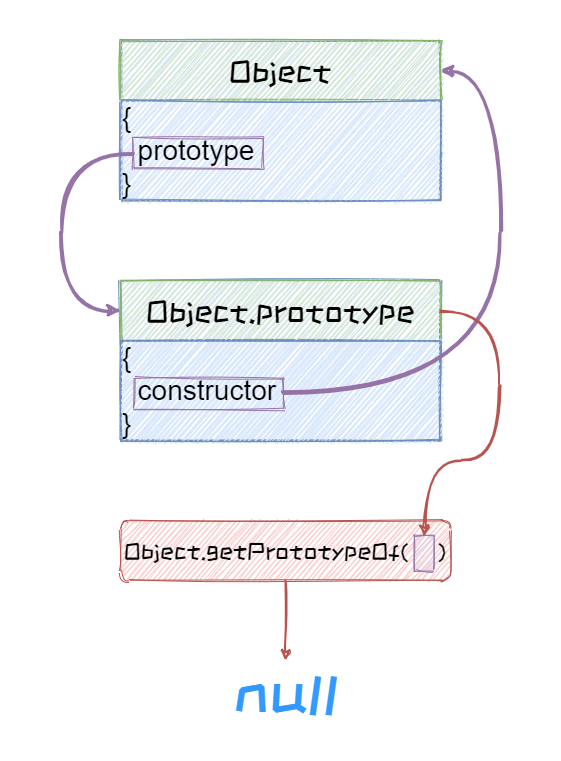
This is 04_JavaScript高级语法/06_原型链/image/原型的关系.png from ywanzhou/Learn-front-end-from-scratc, a draw.io export, as it was before one commit. Source tidied: cells renumbered, new cells last; positions are measured from the earlier drawing's top-left corner, leaving out a move shared by most shapes.
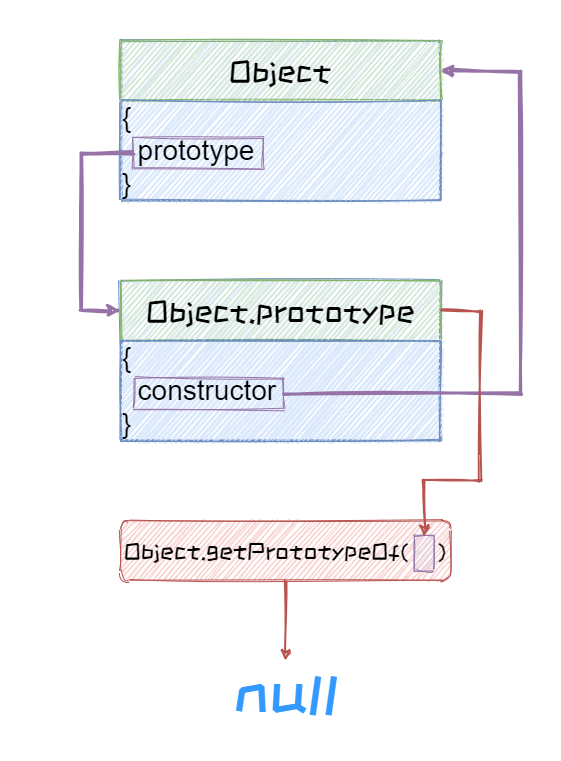
The same diagram one commit later.

Commit message:
原型链的关系

Diff of the diagram source:
```diff
@@ -2,6 +2,9 @@
   <root>
     <mxCell id="0" />
     <mxCell id="1" parent="0" />
+    <mxCell id="18" style="rounded=0;whiteSpace=wrap;html=1;fillColor=none;strokeColor=none;" parent="1" vertex="1">
+      <mxGeometry width="560" height="760" as="geometry" />
+    </mxCell>
     <mxCell id="2" style="rounded=0;whiteSpace=wrap;html=1;fillColor=#dae8fc;strokeColor=#6c8ebf;sketch=1;" parent="1" vertex="1">
       <mxGeometry x="120" y="40" width="320" height="160" as="geometry" />
     </mxCell>
@@ -23,29 +26,29 @@
     <mxCell id="8" value="&lt;font style=&quot;font-size: 28px&quot;&gt;{&lt;br&gt;&amp;nbsp; constructor&lt;br&gt;}&lt;/font&gt;" style="rounded=0;whiteSpace=wrap;html=1;fillColor=#dae8fc;strokeColor=#6c8ebf;align=left;sketch=1;" parent="1" vertex="1">
       <mxGeometry x="120" y="340" width="320" height="100" as="geometry" />
     </mxCell>
-    <mxCell id="9" style="edgeStyle=orthogonalEdgeStyle;curved=1;rounded=0;jettySize=auto;html=1;exitX=0;exitY=0.5;exitDx=0;exitDy=0;entryX=0;entryY=0.5;entryDx=0;entryDy=0;strokeWidth=3;fillColor=#e1d5e7;strokeColor=#9673a6;sketch=1;" parent="1" edge="1" source="10" target="5">
+    <mxCell id="9" style="edgeStyle=orthogonalEdgeStyle;rounded=0;jettySize=auto;html=1;exitX=0;exitY=0.5;exitDx=0;exitDy=0;entryX=0;entryY=0.5;entryDx=0;entryDy=0;strokeWidth=3;fillColor=#e1d5e7;strokeColor=#9673a6;sketch=1;" parent="1" edge="1" source="10" target="5">
       <mxGeometry relative="1" as="geometry">
         <Array as="points">
-          <mxPoint x="60" y="153" />
-          <mxPoint x="60" y="310" />
+          <mxPoint x="80" y="153" />
+          <mxPoint x="80" y="310" />
         </Array>
       </mxGeometry>
     </mxCell>
     <mxCell id="10" style="rounded=0;whiteSpace=wrap;html=1;strokeColor=#9673a6;fillColor=none;sketch=1;" parent="1" vertex="1">
       <mxGeometry x="133" y="137.5" width="130" height="31" as="geometry" />
     </mxCell>
-    <mxCell id="11" style="edgeStyle=orthogonalEdgeStyle;curved=1;rounded=0;jettySize=auto;html=1;exitX=1;exitY=0.5;exitDx=0;exitDy=0;entryX=1;entryY=0.5;entryDx=0;entryDy=0;strokeWidth=3;fillColor=#e1d5e7;strokeColor=#9673a6;sketch=1;" parent="1" edge="1" source="12" target="3">
+    <mxCell id="11" style="edgeStyle=orthogonalEdgeStyle;rounded=0;jettySize=auto;html=1;exitX=1;exitY=0.5;exitDx=0;exitDy=0;entryX=1;entryY=0.5;entryDx=0;entryDy=0;strokeWidth=3;fillColor=#e1d5e7;strokeColor=#9673a6;sketch=1;" parent="1" edge="1" source="12" target="3">
       <mxGeometry relative="1" as="geometry">
         <Array as="points">
-          <mxPoint x="500" y="393" />
-          <mxPoint x="500" y="70" />
+          <mxPoint x="520" y="393" />
+          <mxPoint x="520" y="70" />
         </Array>
       </mxGeometry>
     </mxCell>
     <mxCell id="12" style="rounded=0;whiteSpace=wrap;html=1;strokeColor=#9673a6;fillColor=none;sketch=1;" parent="1" vertex="1">
       <mxGeometry x="133" y="377.5" width="150" height="31" as="geometry" />
     </mxCell>
-    <mxCell id="13" style="edgeStyle=orthogonalEdgeStyle;curved=1;rounded=0;jettySize=auto;html=1;exitX=0.5;exitY=1;exitDx=0;exitDy=0;entryX=0.5;entryY=0;entryDx=0;entryDy=0;strokeWidth=2;fillColor=#f8cecc;strokeColor=#b85450;sketch=1;" parent="1" edge="1" source="14" target="17">
+    <mxCell id="13" style="edgeStyle=orthogonalEdgeStyle;rounded=0;jettySize=auto;html=1;exitX=0.5;exitY=1;exitDx=0;exitDy=0;entryX=0.5;entryY=0;entryDx=0;entryDy=0;strokeWidth=2;fillColor=#f8cecc;strokeColor=#b85450;sketch=1;" parent="1" edge="1" source="14" target="17">
       <mxGeometry relative="1" as="geometry" />
     </mxCell>
     <mxCell id="14" value="&lt;font face=&quot;ZCOOL KuaiLe&quot; style=&quot;font-size: 24px&quot;&gt;Object.getPrototypeOf(&lt;/font&gt;&lt;font face=&quot;ZCOOL KuaiLe&quot; size=&quot;1&quot;&gt;&amp;nbsp; &amp;nbsp; &amp;nbsp; &amp;nbsp; &amp;nbsp; &amp;nbsp;&amp;nbsp;&lt;/font&gt;&lt;font face=&quot;ZCOOL KuaiLe&quot; style=&quot;font-size: 24px&quot;&gt;)&lt;/font&gt;" style="rounded=1;whiteSpace=wrap;html=1;fillColor=#f8cecc;strokeColor=#b85450;sketch=1;" parent="1" vertex="1">
@@ -54,20 +57,17 @@
     <mxCell id="15" style="rounded=0;whiteSpace=wrap;html=1;fillColor=#e1d5e7;strokeColor=#9673a6;sketch=1;" parent="1" vertex="1">
       <mxGeometry x="414" y="535.5" width="20" height="35" as="geometry" />
     </mxCell>
-    <mxCell id="16" style="edgeStyle=orthogonalEdgeStyle;curved=1;rounded=0;jettySize=auto;html=1;exitX=1;exitY=0.5;exitDx=0;exitDy=0;entryX=0.5;entryY=0;entryDx=0;entryDy=0;strokeWidth=2;fillColor=#f8cecc;strokeColor=#b85450;sketch=1;" parent="1" edge="1" source="5" target="15">
+    <mxCell id="16" style="edgeStyle=orthogonalEdgeStyle;rounded=0;jettySize=auto;html=1;exitX=1;exitY=0.5;exitDx=0;exitDy=0;entryX=0.5;entryY=0;entryDx=0;entryDy=0;strokeWidth=2;fillColor=#f8cecc;strokeColor=#b85450;sketch=1;" parent="1" edge="1" source="5" target="15">
       <mxGeometry relative="1" as="geometry">
         <Array as="points">
-          <mxPoint x="500" y="310" />
-          <mxPoint x="500" y="460" />
-          <mxPoint x="424" y="460" />
+          <mxPoint x="480" y="310" />
+          <mxPoint x="480" y="480" />
+          <mxPoint x="424" y="480" />
         </Array>
       </mxGeometry>
     </mxCell>
     <mxCell id="17" value="&lt;font style=&quot;font-size: 64px&quot; face=&quot;ZCOOL KuaiLe&quot; color=&quot;#3399ff&quot;&gt;null&lt;/font&gt;" style="text;html=1;fillColor=none;align=center;verticalAlign=middle;whiteSpace=wrap;rounded=0;sketch=1;" parent="1" vertex="1">
       <mxGeometry x="217.5" y="660" width="135" height="60" as="geometry" />
     </mxCell>
-    <mxCell id="18" style="rounded=0;whiteSpace=wrap;html=1;fillColor=none;strokeColor=none;" parent="1" vertex="1">
-      <mxGeometry width="560" height="760" as="geometry" />
-    </mxCell>
   </root>
 </mxGraphModel>
```
